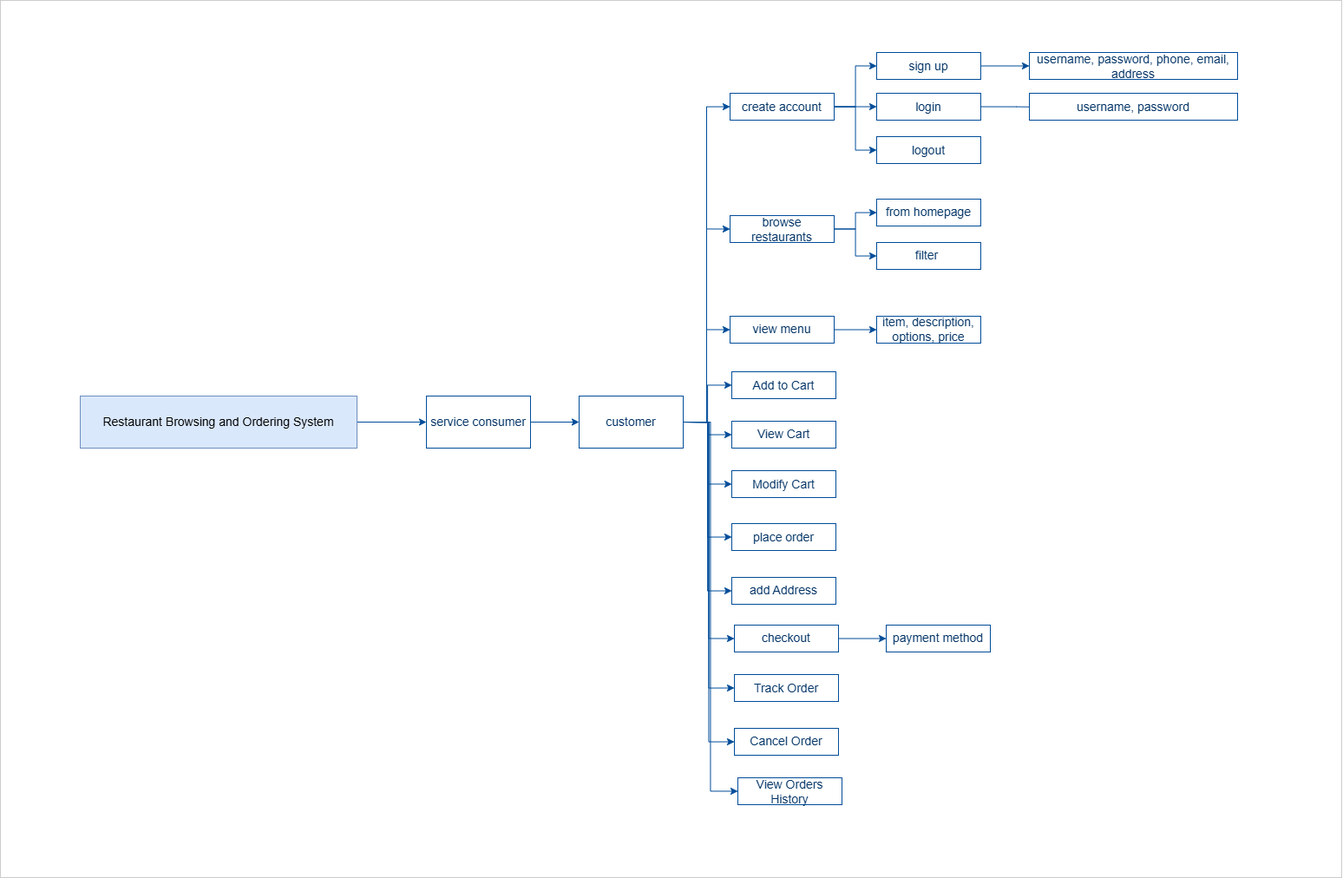
Earlier version of the draw.io export images/customer features.png (Radwa-Kelany/Food-Delivery-Platform-). Source tidied: cells renumbered, new cells last; positions are measured from the earlier drawing's top-left corner, leaving out a move shared by most shapes. Source of this version:
```xml
<mxGraphModel>
  <root>
    <mxCell id="0" />
    <mxCell id="1" parent="0" />
    <mxCell id="2" style="rounded=0;whiteSpace=wrap;html=1;strokeColor=#CCCCCC;" parent="1" vertex="1">
      <mxGeometry width="1546" height="1011" as="geometry" />
    </mxCell>
    <mxCell id="3" style="edgeStyle=orthogonalEdgeStyle;rounded=0;jettySize=auto;html=1;exitX=1;exitY=0.5;exitDx=0;exitDy=0;strokeColor=#004C99;fontColor=#003366;fontSize=14;" parent="1" edge="1" source="4" target="6">
      <mxGeometry relative="1" as="geometry" />
    </mxCell>
    <mxCell id="4" value="&lt;font&gt;Restaurant Browsing and Ordering System&lt;/font&gt;" style="rounded=0;whiteSpace=wrap;html=1;strokeColor=#6c8ebf;fillColor=#dae8fc;fontSize=14;" parent="1" vertex="1">
      <mxGeometry x="92" y="456" width="319" height="60" as="geometry" />
    </mxCell>
    <mxCell id="5" style="edgeStyle=orthogonalEdgeStyle;rounded=0;jettySize=auto;html=1;exitX=1;exitY=0.5;exitDx=0;exitDy=0;entryX=0;entryY=0.5;entryDx=0;entryDy=0;strokeColor=#004C99;fontColor=#003366;fontSize=14;" parent="1" edge="1" source="6" target="19">
      <mxGeometry relative="1" as="geometry" />
    </mxCell>
    <mxCell id="6" value="service consumer" style="rounded=0;whiteSpace=wrap;html=1;strokeColor=#004C99;fontColor=#003366;fontSize=14;" parent="1" vertex="1">
      <mxGeometry x="491" y="456" width="120" height="60" as="geometry" />
    </mxCell>
    <mxCell id="7" style="edgeStyle=orthogonalEdgeStyle;rounded=0;jettySize=auto;html=1;exitX=1;exitY=0.5;exitDx=0;exitDy=0;entryX=0;entryY=0.5;entryDx=0;entryDy=0;strokeColor=#004C99;fontColor=#003366;fontSize=14;" parent="1" edge="1" source="19" target="23">
      <mxGeometry relative="1" as="geometry" />
    </mxCell>
    <mxCell id="8" style="edgeStyle=orthogonalEdgeStyle;rounded=0;jettySize=auto;html=1;exitX=1;exitY=0.5;exitDx=0;exitDy=0;entryX=0;entryY=0.5;entryDx=0;entryDy=0;strokeColor=#004C99;fontColor=#003366;fontSize=14;" parent="1" edge="1" source="19" target="26">
      <mxGeometry relative="1" as="geometry" />
    </mxCell>
    <mxCell id="9" style="edgeStyle=orthogonalEdgeStyle;rounded=0;jettySize=auto;html=1;exitX=1;exitY=0.5;exitDx=0;exitDy=0;entryX=0;entryY=0.5;entryDx=0;entryDy=0;strokeColor=#004C99;fontColor=#003366;fontSize=14;" parent="1" edge="1" source="19" target="32">
      <mxGeometry relative="1" as="geometry" />
    </mxCell>
    <mxCell id="10" style="edgeStyle=orthogonalEdgeStyle;rounded=0;jettySize=auto;html=1;exitX=1;exitY=0.5;exitDx=0;exitDy=0;strokeColor=#004C99;fontColor=#003366;fontSize=14;" parent="1" edge="1" source="19" target="27">
      <mxGeometry relative="1" as="geometry" />
    </mxCell>
    <mxCell id="11" style="edgeStyle=orthogonalEdgeStyle;rounded=0;jettySize=auto;html=1;exitX=1;exitY=0.5;exitDx=0;exitDy=0;entryX=0;entryY=0.5;entryDx=0;entryDy=0;strokeColor=#004C99;fontColor=#003366;fontSize=14;" parent="1" edge="1" source="19" target="43">
      <mxGeometry relative="1" as="geometry" />
    </mxCell>
    <mxCell id="12" style="edgeStyle=orthogonalEdgeStyle;rounded=0;jettySize=auto;html=1;exitX=1;exitY=0.5;exitDx=0;exitDy=0;entryX=0;entryY=0.5;entryDx=0;entryDy=0;strokeColor=#004C99;fontColor=#003366;fontSize=14;" parent="1" edge="1" source="19" target="44">
      <mxGeometry relative="1" as="geometry" />
    </mxCell>
    <mxCell id="13" style="edgeStyle=orthogonalEdgeStyle;rounded=0;jettySize=auto;html=1;exitX=1;exitY=0.5;exitDx=0;exitDy=0;entryX=0;entryY=0.5;entryDx=0;entryDy=0;strokeColor=#004C99;fontColor=#003366;fontSize=14;" parent="1" edge="1" source="19" target="28">
      <mxGeometry relative="1" as="geometry" />
    </mxCell>
    <mxCell id="14" style="edgeStyle=orthogonalEdgeStyle;rounded=0;jettySize=auto;html=1;exitX=1;exitY=0.5;exitDx=0;exitDy=0;entryX=0;entryY=0.5;entryDx=0;entryDy=0;strokeColor=#004C99;fontColor=#003366;fontSize=14;" parent="1" edge="1" source="19" target="45">
      <mxGeometry relative="1" as="geometry" />
    </mxCell>
    <mxCell id="15" style="edgeStyle=orthogonalEdgeStyle;rounded=0;jettySize=auto;html=1;exitX=1;exitY=0.5;exitDx=0;exitDy=0;entryX=0;entryY=0.5;entryDx=0;entryDy=0;strokeColor=#004C99;fontColor=#003366;fontSize=14;" parent="1" edge="1" source="19" target="30">
      <mxGeometry relative="1" as="geometry" />
    </mxCell>
    <mxCell id="16" style="edgeStyle=orthogonalEdgeStyle;rounded=0;jettySize=auto;html=1;exitX=1;exitY=0.5;exitDx=0;exitDy=0;entryX=0;entryY=0.5;entryDx=0;entryDy=0;strokeColor=#004C99;fontColor=#003366;fontSize=14;" parent="1" edge="1" source="19" target="46">
      <mxGeometry relative="1" as="geometry" />
    </mxCell>
    <mxCell id="17" style="edgeStyle=orthogonalEdgeStyle;rounded=0;jettySize=auto;html=1;exitX=1;exitY=0.5;exitDx=0;exitDy=0;entryX=0;entryY=0.5;entryDx=0;entryDy=0;strokeColor=#004C99;fontColor=#003366;fontSize=14;" parent="1" edge="1" source="19" target="47">
      <mxGeometry relative="1" as="geometry" />
    </mxCell>
    <mxCell id="18" style="edgeStyle=orthogonalEdgeStyle;rounded=0;jettySize=auto;html=1;exitX=1;exitY=0.5;exitDx=0;exitDy=0;entryX=0;entryY=0.5;entryDx=0;entryDy=0;strokeColor=#004C99;fontColor=#003366;fontSize=14;" parent="1" edge="1" source="19" target="48">
      <mxGeometry relative="1" as="geometry" />
    </mxCell>
    <mxCell id="19" value="customer" style="rounded=0;whiteSpace=wrap;html=1;strokeColor=#004C99;fontColor=#003366;fontSize=14;" parent="1" vertex="1">
      <mxGeometry x="667" y="456" width="120" height="60" as="geometry" />
    </mxCell>
    <mxCell id="20" style="edgeStyle=orthogonalEdgeStyle;rounded=0;jettySize=auto;html=1;exitX=1;exitY=0.5;exitDx=0;exitDy=0;entryX=0;entryY=0.5;entryDx=0;entryDy=0;strokeColor=#004C99;fontColor=#003366;fontSize=14;" parent="1" edge="1" source="23" target="34">
      <mxGeometry relative="1" as="geometry" />
    </mxCell>
    <mxCell id="21" style="edgeStyle=orthogonalEdgeStyle;rounded=0;jettySize=auto;html=1;exitX=1;exitY=0.5;exitDx=0;exitDy=0;strokeColor=#004C99;fontColor=#003366;fontSize=14;" parent="1" edge="1" source="23" target="37">
      <mxGeometry relative="1" as="geometry" />
    </mxCell>
    <mxCell id="22" style="edgeStyle=orthogonalEdgeStyle;rounded=0;jettySize=auto;html=1;exitX=1;exitY=0.5;exitDx=0;exitDy=0;entryX=0;entryY=0.5;entryDx=0;entryDy=0;strokeColor=#004C99;fontColor=#003366;fontSize=14;" parent="1" edge="1" source="23" target="38">
      <mxGeometry relative="1" as="geometry" />
    </mxCell>
    <mxCell id="23" value="create account" style="rounded=0;whiteSpace=wrap;html=1;strokeColor=#004C99;fontColor=#003366;fontSize=14;" parent="1" vertex="1">
      <mxGeometry x="841" y="107" width="120" height="31" as="geometry" />
    </mxCell>
    <mxCell id="24" style="edgeStyle=orthogonalEdgeStyle;rounded=0;jettySize=auto;html=1;strokeColor=#004C99;fontColor=#003366;fontSize=14;" parent="1" edge="1" source="26" target="40">
      <mxGeometry relative="1" as="geometry" />
    </mxCell>
    <mxCell id="25" style="edgeStyle=orthogonalEdgeStyle;rounded=0;jettySize=auto;html=1;exitX=1;exitY=0.5;exitDx=0;exitDy=0;entryX=0;entryY=0.5;entryDx=0;entryDy=0;strokeColor=#004C99;fontColor=#003366;fontSize=14;" parent="1" edge="1" source="26" target="41">
      <mxGeometry relative="1" as="geometry" />
    </mxCell>
    <mxCell id="26" value="browse restaurants" style="rounded=0;whiteSpace=wrap;html=1;strokeColor=#004C99;fontColor=#003366;fontSize=14;" parent="1" vertex="1">
      <mxGeometry x="841" y="248" width="120" height="31" as="geometry" />
    </mxCell>
    <mxCell id="27" value="Add to Cart" style="rounded=0;whiteSpace=wrap;html=1;strokeColor=#004C99;fontColor=#003366;fontSize=14;" parent="1" vertex="1">
      <mxGeometry x="843" y="428" width="120" height="31" as="geometry" />
    </mxCell>
    <mxCell id="28" value="place order" style="rounded=0;whiteSpace=wrap;html=1;strokeColor=#004C99;fontColor=#003366;fontSize=14;" parent="1" vertex="1">
      <mxGeometry x="843" y="603" width="120" height="31" as="geometry" />
    </mxCell>
    <mxCell id="29" style="edgeStyle=orthogonalEdgeStyle;rounded=0;jettySize=auto;html=1;strokeColor=#004C99;fontColor=#003366;fontSize=14;" parent="1" edge="1" source="30" target="49">
      <mxGeometry relative="1" as="geometry" />
    </mxCell>
    <mxCell id="30" value="checkout" style="rounded=0;whiteSpace=wrap;html=1;strokeColor=#004C99;fontColor=#003366;fontSize=14;" parent="1" vertex="1">
      <mxGeometry x="846" y="720" width="120" height="31" as="geometry" />
    </mxCell>
    <mxCell id="31" style="edgeStyle=orthogonalEdgeStyle;rounded=0;jettySize=auto;html=1;strokeColor=#004C99;fontColor=#003366;fontSize=14;" parent="1" edge="1" source="32" target="42">
      <mxGeometry relative="1" as="geometry" />
    </mxCell>
    <mxCell id="32" value="view menu" style="rounded=0;whiteSpace=wrap;html=1;strokeColor=#004C99;fontColor=#003366;fontSize=14;" parent="1" vertex="1">
      <mxGeometry x="841" y="364" width="120" height="31" as="geometry" />
    </mxCell>
    <mxCell id="33" style="edgeStyle=orthogonalEdgeStyle;rounded=0;jettySize=auto;html=1;strokeColor=#004C99;fontColor=#003366;fontSize=14;" parent="1" edge="1" source="34" target="35">
      <mxGeometry relative="1" as="geometry" />
    </mxCell>
    <mxCell id="34" value="sign up" style="rounded=0;whiteSpace=wrap;html=1;strokeColor=#004C99;fontColor=#003366;fontSize=14;" parent="1" vertex="1">
      <mxGeometry x="1010" y="60" width="120" height="31" as="geometry" />
    </mxCell>
    <mxCell id="35" value="username, password, phone, email, address" style="rounded=0;whiteSpace=wrap;html=1;strokeColor=#004C99;fontColor=#003366;fontSize=14;" parent="1" vertex="1">
      <mxGeometry x="1186" y="60" width="240" height="31" as="geometry" />
    </mxCell>
    <mxCell id="36" style="edgeStyle=orthogonalEdgeStyle;rounded=0;jettySize=auto;html=1;exitX=1;exitY=0.5;exitDx=0;exitDy=0;strokeColor=#004C99;fontColor=#003366;fontSize=14;" parent="1" edge="1" source="37">
      <mxGeometry relative="1" as="geometry">
        <mxPoint x="1212.2" y="123" as="targetPoint" />
      </mxGeometry>
    </mxCell>
    <mxCell id="37" value="login" style="rounded=0;whiteSpace=wrap;html=1;strokeColor=#004C99;fontColor=#003366;fontSize=14;" parent="1" vertex="1">
      <mxGeometry x="1010" y="107" width="120" height="31" as="geometry" />
    </mxCell>
    <mxCell id="38" value="logout" style="rounded=0;whiteSpace=wrap;html=1;strokeColor=#004C99;fontColor=#003366;fontSize=14;" parent="1" vertex="1">
      <mxGeometry x="1010" y="157" width="120" height="31" as="geometry" />
    </mxCell>
    <mxCell id="39" value="username, password" style="rounded=0;whiteSpace=wrap;html=1;strokeColor=#004C99;fontColor=#003366;fontSize=14;" parent="1" vertex="1">
      <mxGeometry x="1186" y="107" width="240" height="31" as="geometry" />
    </mxCell>
    <mxCell id="40" value="from homepage" style="rounded=0;whiteSpace=wrap;html=1;strokeColor=#004C99;fontColor=#003366;fontSize=14;" parent="1" vertex="1">
      <mxGeometry x="1010" y="229" width="120" height="31" as="geometry" />
    </mxCell>
    <mxCell id="41" value="filter&amp;nbsp;" style="rounded=0;whiteSpace=wrap;html=1;strokeColor=#004C99;fontColor=#003366;fontSize=14;" parent="1" vertex="1">
      <mxGeometry x="1010" y="279" width="120" height="31" as="geometry" />
    </mxCell>
    <mxCell id="42" value="item, description, options, price" style="rounded=0;whiteSpace=wrap;html=1;strokeColor=#004C99;fontColor=#003366;fontSize=14;" parent="1" vertex="1">
      <mxGeometry x="1010" y="364" width="120" height="31" as="geometry" />
    </mxCell>
    <mxCell id="43" value="View Cart" style="rounded=0;whiteSpace=wrap;html=1;strokeColor=#004C99;fontColor=#003366;fontSize=14;" parent="1" vertex="1">
      <mxGeometry x="843" y="485" width="120" height="31" as="geometry" />
    </mxCell>
    <mxCell id="44" value="Modify Cart" style="rounded=0;whiteSpace=wrap;html=1;strokeColor=#004C99;fontColor=#003366;fontSize=14;" parent="1" vertex="1">
      <mxGeometry x="843" y="542" width="120" height="31" as="geometry" />
    </mxCell>
    <mxCell id="45" value="add Address" style="rounded=0;whiteSpace=wrap;html=1;strokeColor=#004C99;fontColor=#003366;fontSize=14;" parent="1" vertex="1">
      <mxGeometry x="843" y="665" width="120" height="31" as="geometry" />
    </mxCell>
    <mxCell id="46" value="Track Order" style="rounded=0;whiteSpace=wrap;html=1;strokeColor=#004C99;fontColor=#003366;fontSize=14;" parent="1" vertex="1">
      <mxGeometry x="846" y="777" width="120" height="31" as="geometry" />
    </mxCell>
    <mxCell id="47" value="Cancel Order" style="rounded=0;whiteSpace=wrap;html=1;strokeColor=#004C99;fontColor=#003366;fontSize=14;" parent="1" vertex="1">
      <mxGeometry x="846" y="839" width="120" height="31" as="geometry" />
    </mxCell>
    <mxCell id="48" value="View Orders History" style="rounded=0;whiteSpace=wrap;html=1;strokeColor=#004C99;fontColor=#003366;fontSize=14;" parent="1" vertex="1">
      <mxGeometry x="850" y="896" width="120" height="31" as="geometry" />
    </mxCell>
    <mxCell id="49" value="payment method" style="rounded=0;whiteSpace=wrap;html=1;strokeColor=#004C99;fontColor=#003366;fontSize=14;" parent="1" vertex="1">
      <mxGeometry x="1021" y="720" width="120" height="31" as="geometry" />
    </mxCell>
  </root>
</mxGraphModel>
```
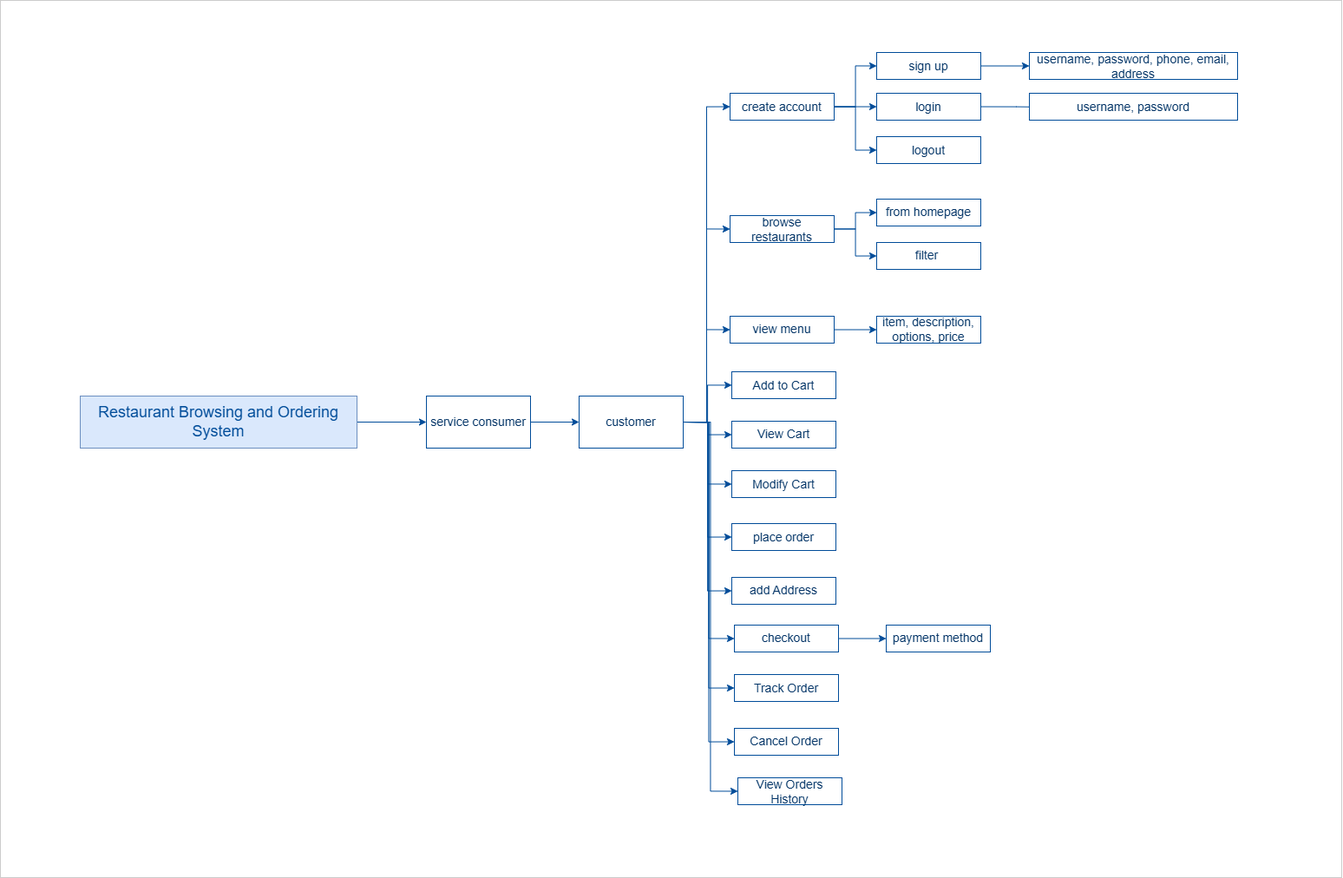
The same diagram one commit later.

Diff of the diagram source:
```diff
@@ -8,7 +8,7 @@
     <mxCell id="3" style="edgeStyle=orthogonalEdgeStyle;rounded=0;jettySize=auto;html=1;exitX=1;exitY=0.5;exitDx=0;exitDy=0;strokeColor=#004C99;fontColor=#003366;fontSize=14;" parent="1" edge="1" source="4" target="6">
       <mxGeometry relative="1" as="geometry" />
     </mxCell>
-    <mxCell id="4" value="&lt;font&gt;Restaurant Browsing and Ordering System&lt;/font&gt;" style="rounded=0;whiteSpace=wrap;html=1;strokeColor=#6c8ebf;fillColor=#dae8fc;fontSize=14;" parent="1" vertex="1">
+    <mxCell id="4" value="&lt;font style=&quot;font-size: 18px; color: rgb(0, 76, 153);&quot;&gt;Restaurant Browsing and Ordering System&lt;/font&gt;" style="rounded=0;whiteSpace=wrap;html=1;strokeColor=#6c8ebf;fillColor=#dae8fc;fontSize=14;" parent="1" vertex="1">
       <mxGeometry x="92" y="456" width="319" height="60" as="geometry" />
     </mxCell>
     <mxCell id="5" style="edgeStyle=orthogonalEdgeStyle;rounded=0;jettySize=auto;html=1;exitX=1;exitY=0.5;exitDx=0;exitDy=0;entryX=0;entryY=0.5;entryDx=0;entryDy=0;strokeColor=#004C99;fontColor=#003366;fontSize=14;" parent="1" edge="1" source="6" target="19">
```
